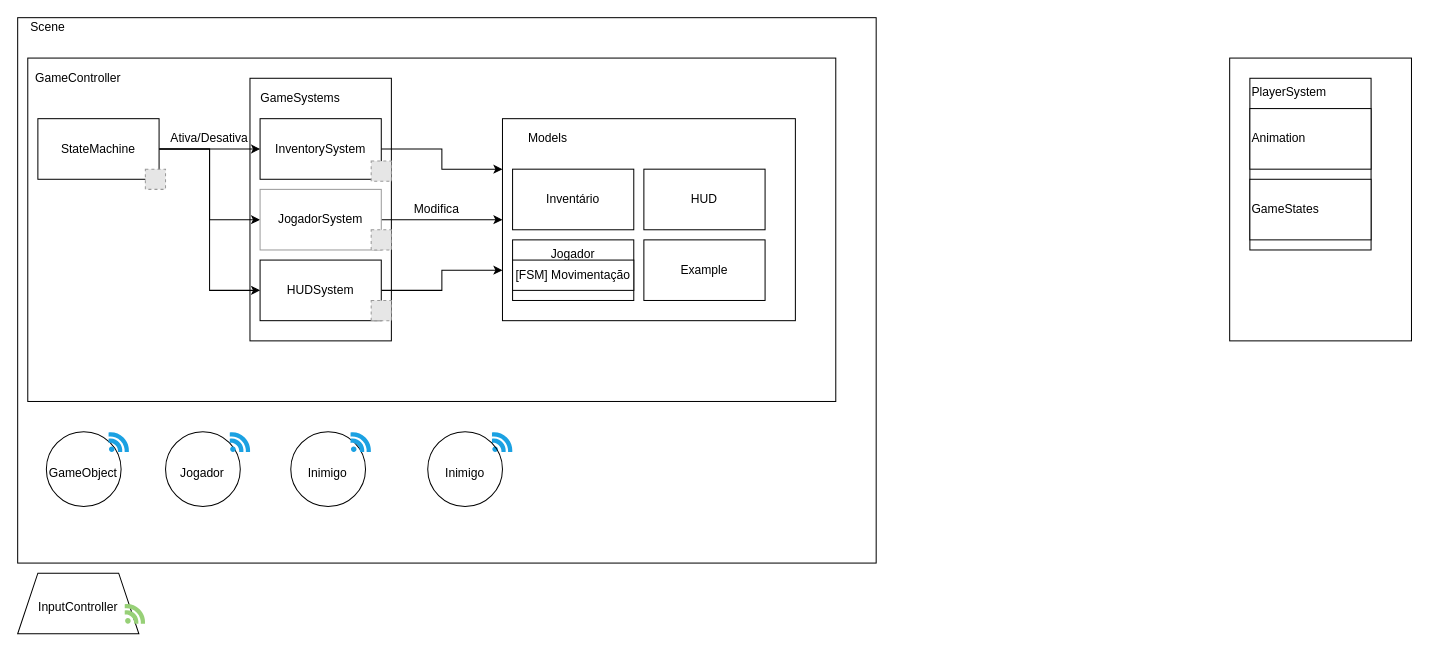
Before: page "[HDL] PubSub" (5 of 8) of 1nnocent.drawio in Hollow-Ice-Studio/GitInitials, a draw.io diagram. Source tidied: cells renumbered, new cells numbered last; positions are measured from the earlier drawing's top-left corner, leaving out a move shared by most shapes. Both pictures are drawn from the tidied source at 101%, with x=0, y=0 at pixel (17, 17). Pictures stored in the file or linked from it are replaced by grey dashed boxes.
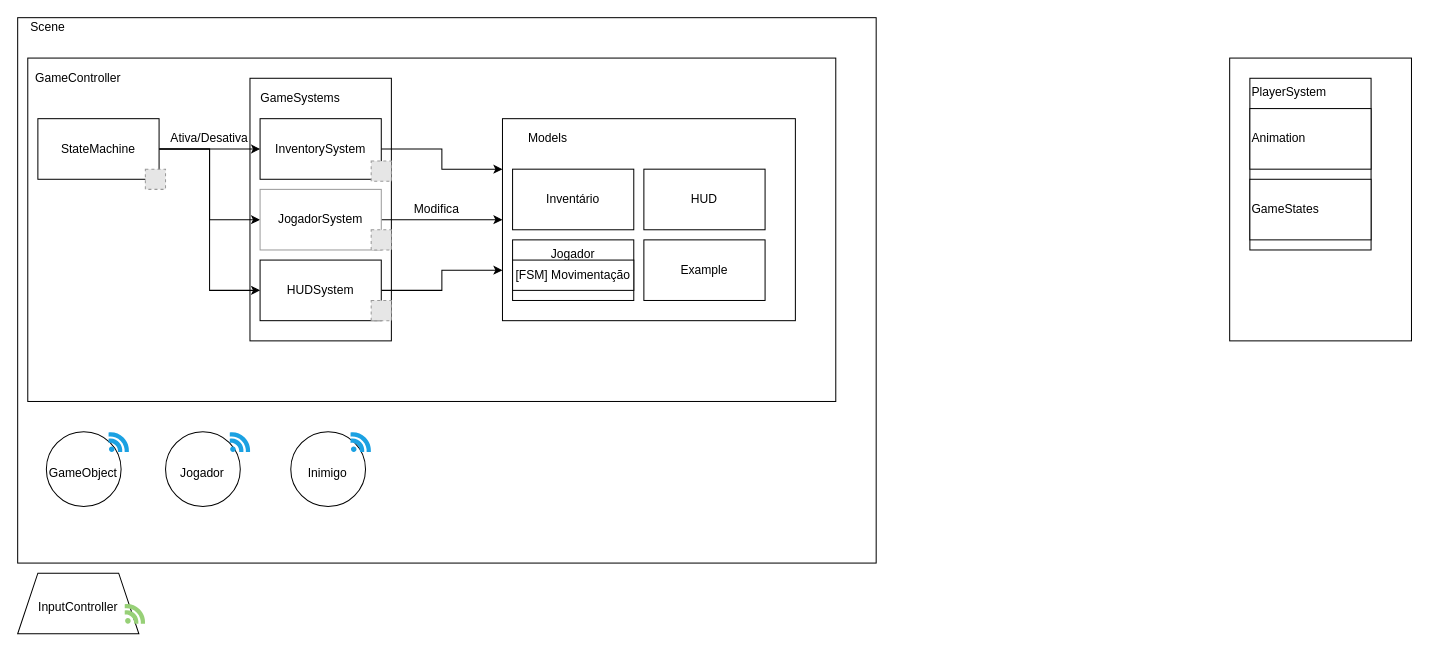
The same page after the edit.

What changed in the source:
```diff
@@
-    <mxCell id="32" style="dashed=0;html=1;align=center;labelPosition=center;verticalLabelPosition=bottom;verticalAlign=top;shape=mxgraph.weblogos.feed;labelBackgroundColor=none;strokeColor=#006EAF;fontSize=24;fillColor=#1ba1e2;fontColor=#ffffff;" parent="1" vertex="1">
-      <mxGeometry x="469.6" y="410" width="20.4" height="20" as="geometry" />
-    </mxCell>
@@
-    <mxCell id="37" value="&lt;font style=&quot;font-size: 12px&quot;&gt;Inimigo&lt;/font&gt;" style="ellipse;whiteSpace=wrap;html=1;labelBackgroundColor=none;strokeColor=#000000;fillColor=none;fontSize=24;fontColor=#000000;align=center;verticalAlign=middle;" parent="1" vertex="1">
-      <mxGeometry x="406" y="410" width="74" height="74" as="geometry" />
-    </mxCell>
```
